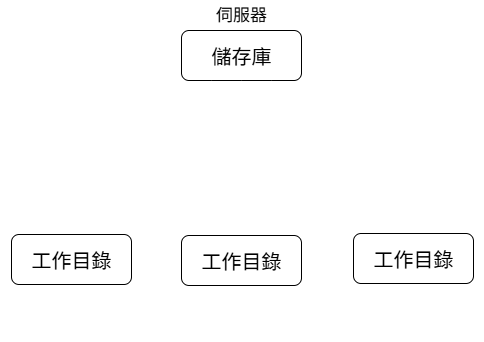
Li732375/git_note keeps this draw.io diagram as images/CVCS.png. Above is the earlier version. Source tidied: cells renumbered, new cells last; positions are measured from the earlier drawing's top-left corner, leaving out a move shared by most shapes.
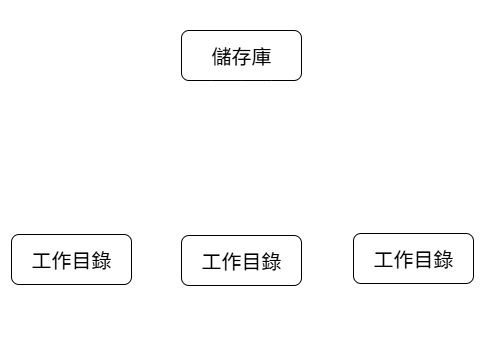
The same diagram one commit later.

Change to the diagram source:
```diff
@@ -41,7 +41,7 @@
     <mxCell id="14" value="&lt;font style=&quot;font-size: 17px;&quot;&gt;工作電腦3&lt;/font&gt;" style="text;html=1;align=center;verticalAlign=middle;whiteSpace=wrap;rounded=0;fontColor=light-dark(#FFFFFF,#FFFFFF);" parent="1" vertex="1">
       <mxGeometry x="362" y="293" width="100" height="30" as="geometry" />
     </mxCell>
-    <mxCell id="15" value="&lt;font style=&quot;font-size: 17px;&quot;&gt;伺服器&lt;/font&gt;" style="text;html=1;align=center;verticalAlign=middle;whiteSpace=wrap;rounded=0;" parent="1" vertex="1">
+    <mxCell id="15" value="&lt;font style=&quot;font-size: 17px;&quot;&gt;伺服器&lt;/font&gt;" style="text;html=1;align=center;verticalAlign=middle;whiteSpace=wrap;rounded=0;fontColor=light-dark(#FFFFFF,#FFFFFF);" parent="1" vertex="1">
       <mxGeometry x="190" width="100" height="30" as="geometry" />
     </mxCell>
     <mxCell id="16" style="edgeStyle=orthogonalEdgeStyle;rounded=0;orthogonalLoop=1;jettySize=auto;html=1;exitX=0.5;exitY=1;exitDx=0;exitDy=0;" parent="1" edge="1" source="4" target="4">
```
